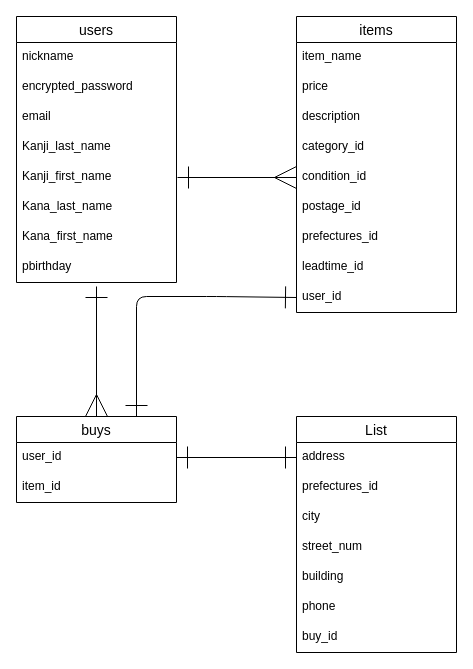
Above: table.dio in YBBMTAT/furima-39895 (draw.io), before the change. Source tidied: cells renumbered, new cells numbered last; positions are measured from the earlier drawing's top-left corner, leaving out a move shared by most shapes. Both pictures are drawn from the tidied source at 100%, with x=0, y=0 at pixel (16, 16).
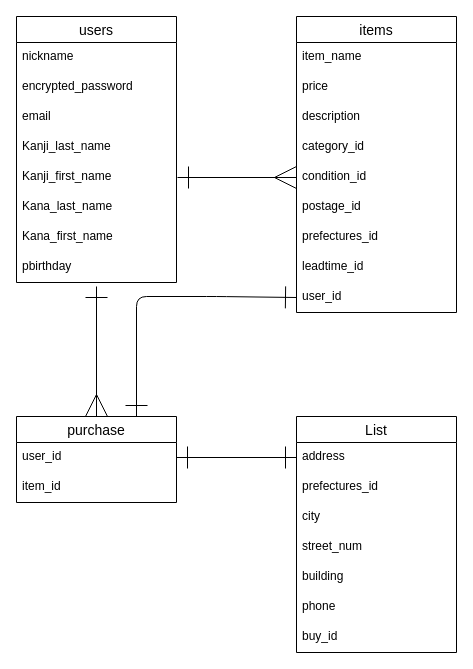
After the change.

What changed in the source:
```diff
@@
-    <mxCell id="22" value="buys" style="swimlane;fontStyle=0;horizontal=1;startSize=26;align=center;fontSize=14;" parent="1" vertex="1">
+    <mxCell id="22" value="purchase" style="swimlane;fontStyle=0;horizontal=1;startSize=26;align=center;fontSize=14;" parent="1" vertex="1">
       <mxGeometry y="400" width="160" height="86" as="geometry" />
     </mxCell>
```
